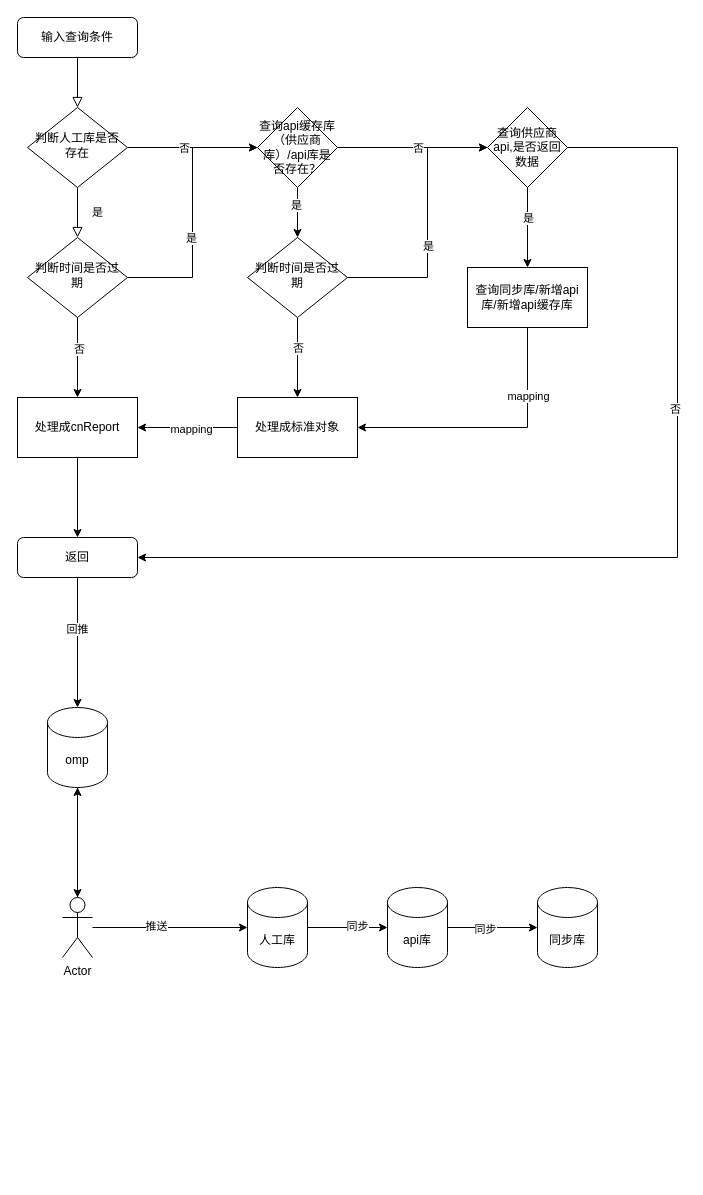
lq460541033/draw_dev keeps this draw.io diagram as 流程图/大数据.drawio. Above is the earlier version. Source tidied: cells renumbered, new cells numbered last; positions are measured from the earlier drawing's top-left corner, leaving out a move shared by most shapes. Both pictures are drawn from the tidied source at 100%, with x=0, y=0 at pixel (17, 17).
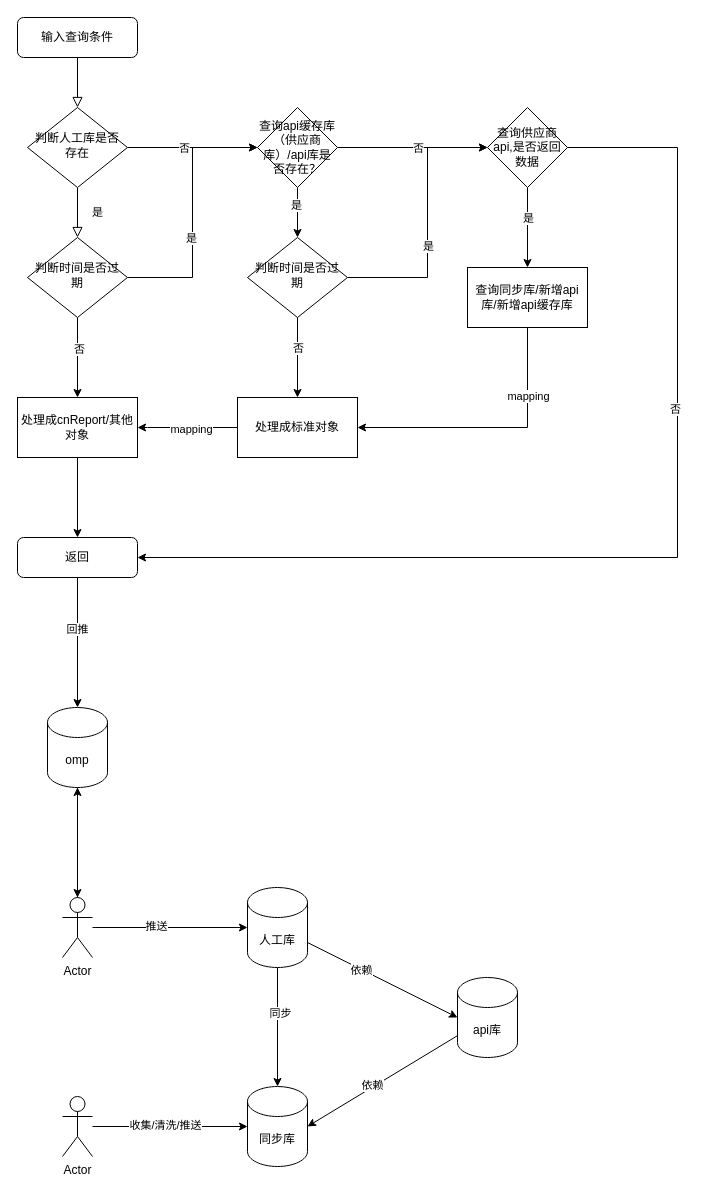
The same diagram, later.

The change refers to these unchanged cells:
```xml
<mxCell id="47" value="人工库" style="shape=cylinder3;whiteSpace=wrap;html=1;boundedLbl=1;backgroundOutline=1;size=15;" parent="1" vertex="1">
  <mxGeometry x="230" y="870" width="60" height="80" as="geometry" />
</mxCell>
```

Change to the diagram source:
```diff
@@
-    <mxCell id="37" value="处理成cnReport" style="whiteSpace=wrap;html=1;" parent="1" vertex="1">
+    <mxCell id="37" value="处理成cnReport/其他对象" style="whiteSpace=wrap;html=1;" parent="1" vertex="1">
       <mxGeometry y="380" width="120" height="60" as="geometry" />
     </mxCell>
@@
+    <mxCell id="52" style="edgeStyle=orthogonalEdgeStyle;rounded=0;jettySize=auto;html=1;entryX=0.5;entryY=0;entryDx=0;entryDy=0;entryPerimeter=0;" parent="1" edge="1" source="47" target="51">
+      <mxGeometry relative="1" as="geometry" />
+    </mxCell>
+    <mxCell id="53" value="同步" style="edgeLabel;html=1;align=center;verticalAlign=middle;" parent="52" vertex="1">
+      <mxGeometry x="-0.25" y="2" relative="1" as="geometry" />
+    </mxCell>
-    <mxCell id="45" style="edgeStyle=orthogonalEdgeStyle;rounded=0;jettySize=auto;html=1;" parent="1" edge="1" source="47" target="50">
+    <mxCell id="45" style="rounded=0;jettySize=auto;html=1;entryX=0;entryY=0.5;entryDx=0;entryDy=0;entryPerimeter=0;" parent="1" edge="1" source="47" target="50">
       <mxGeometry relative="1" as="geometry" />
     </mxCell>
-    <mxCell id="46" value="同步" style="edgeLabel;html=1;align=center;verticalAlign=middle;" parent="45" vertex="1">
-      <mxGeometry x="0.22" y="2" relative="1" as="geometry" />
-    </mxCell>
+    <mxCell id="54" value="依赖" style="edgeLabel;html=1;align=center;verticalAlign=middle;" parent="45" vertex="1">
+      <mxGeometry x="-0.3" y="-1" relative="1" as="geometry">
+        <mxPoint x="1" as="offset" />
+      </mxGeometry>
+    </mxCell>
@@
-    <mxCell id="48" style="edgeStyle=orthogonalEdgeStyle;rounded=0;jettySize=auto;html=1;" parent="1" edge="1" source="50" target="51">
+    <mxCell id="48" style="edgeStyle=none;rounded=0;jettySize=auto;html=1;entryX=1;entryY=0.5;entryDx=0;entryDy=0;entryPerimeter=0;" parent="1" edge="1" source="50" target="51">
       <mxGeometry relative="1" as="geometry" />
     </mxCell>
-    <mxCell id="49" value="同步" style="edgeLabel;html=1;align=center;verticalAlign=middle;" parent="48" vertex="1">
-      <mxGeometry x="-0.17" y="-1" relative="1" as="geometry" />
-    </mxCell>
+    <mxCell id="55" value="依赖" style="edgeLabel;html=1;align=center;verticalAlign=middle;" parent="48" vertex="1">
+      <mxGeometry x="0.13" y="-2" relative="1" as="geometry" />
+    </mxCell>
     <mxCell id="50" value="api库" style="shape=cylinder3;whiteSpace=wrap;html=1;boundedLbl=1;backgroundOutline=1;size=15;" parent="1" vertex="1">
-      <mxGeometry x="370" y="870" width="60" height="80" as="geometry" />
+      <mxGeometry x="440" y="960" width="60" height="80" as="geometry" />
     </mxCell>
     <mxCell id="51" value="同步库" style="shape=cylinder3;whiteSpace=wrap;html=1;boundedLbl=1;backgroundOutline=1;size=15;" parent="1" vertex="1">
-      <mxGeometry x="520" y="870" width="60" height="80" as="geometry" />
+      <mxGeometry x="230" y="1069" width="60" height="80" as="geometry" />
     </mxCell>
+    <mxCell id="56" style="edgeStyle=orthogonalEdgeStyle;rounded=0;jettySize=auto;html=1;entryX=0;entryY=0.5;entryDx=0;entryDy=0;entryPerimeter=0;" parent="1" edge="1" source="58" target="51">
+      <mxGeometry relative="1" as="geometry" />
+    </mxCell>
+    <mxCell id="57" value="收集/清洗/推送" style="edgeLabel;html=1;align=center;verticalAlign=middle;" parent="56" vertex="1">
+      <mxGeometry x="-0.07" y="2" relative="1" as="geometry" />
+    </mxCell>
+    <mxCell id="58" value="Actor" style="shape=umlActor;verticalLabelPosition=bottom;verticalAlign=top;html=1;outlineConnect=0;" parent="1" vertex="1">
+      <mxGeometry x="45" y="1079" width="30" height="60" as="geometry" />
+    </mxCell>
```
